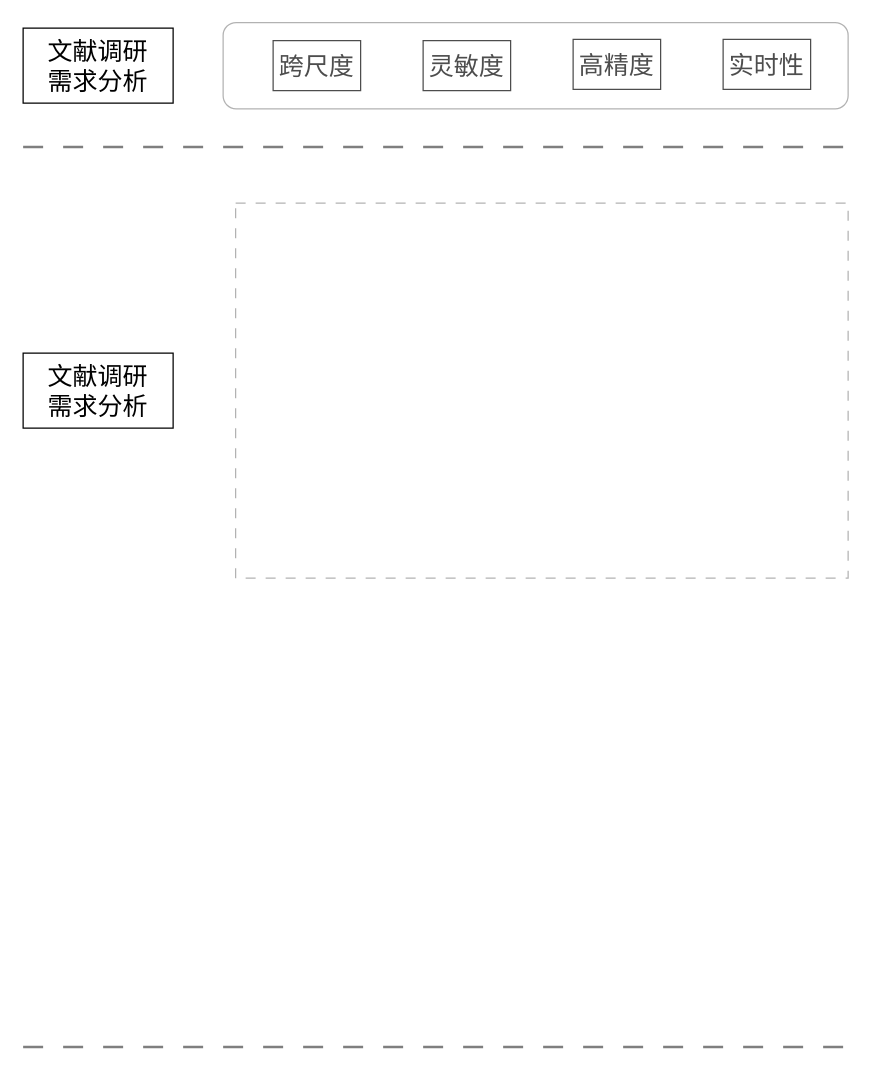
Lu-Ming-Song/C keeps this draw.io diagram as 技术路线.drawio. Above is the earlier version. Source tidied: cells renumbered, new cells numbered last; positions are measured from the earlier drawing's top-left corner, leaving out a move shared by most shapes. Both pictures are drawn from the tidied source at 125%, with x=0, y=0 at pixel (22, 22).
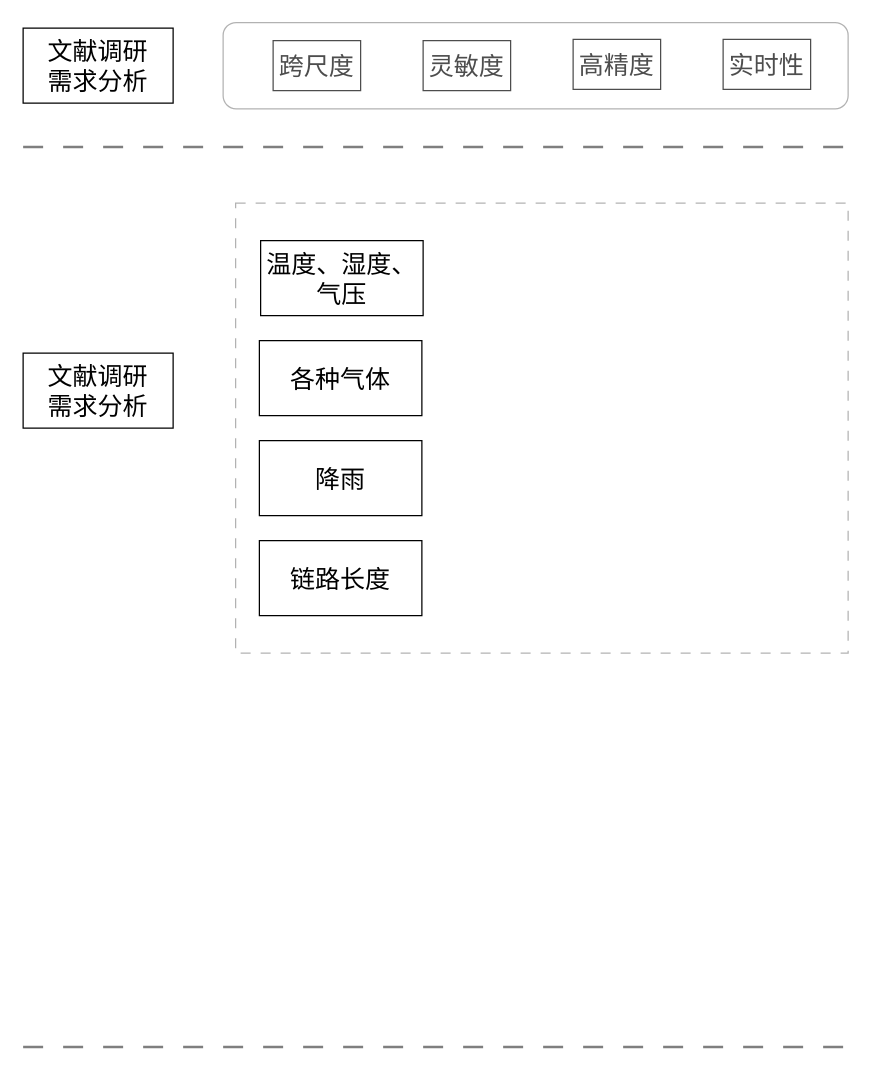
After the change.

Commit message (it also covers changes not shown here):
更新技术路线.drawio

Change to the diagram source:
```diff
@@
 <mxGraphModel>
   <root>
     <mxCell id="0" />
     <mxCell id="1" parent="0" />
     <mxCell id="2" value="&lt;font style=&quot;font-size: 20px;&quot;&gt;文献调研&lt;/font&gt;&lt;div style=&quot;font-size: 20px;&quot;&gt;需求分析&lt;/div&gt;" style="whiteSpace=wrap;html=1;" parent="1" vertex="1">
       <mxGeometry y="4" width="120" height="60" as="geometry" />
     </mxCell>
     <mxCell id="3" style="rounded=0;whiteSpace=wrap;html=1;dashed=1;dashPattern=8 8;opacity=30;" parent="1" vertex="1">
-      <mxGeometry x="170" y="144" width="490" height="300" as="geometry" />
+      <mxGeometry x="170" y="144" width="490" height="360" as="geometry" />
     </mxCell>
     <mxCell id="4" style="line;strokeWidth=2;html=1;perimeter=backbonePerimeter;opacity=50;dashed=1;dashPattern=8 8;" parent="1" vertex="1">
       <mxGeometry y="94" width="660" height="10" as="geometry" />
     </mxCell>
     <mxCell id="5" value="&lt;font style=&quot;font-size: 20px;&quot;&gt;&lt;font style=&quot;font-size: 20px;&quot;&gt;跨尺&lt;/font&gt;度&lt;/font&gt;" style="whiteSpace=wrap;html=1;" parent="1" vertex="1">
       <mxGeometry x="200" y="14" width="70" height="40" as="geometry" />
     </mxCell>
     <mxCell id="6" value="&lt;font style=&quot;font-size: 20px;&quot;&gt;灵敏度&lt;/font&gt;" style="whiteSpace=wrap;html=1;" parent="1" vertex="1">
       <mxGeometry x="320" y="14" width="70" height="40" as="geometry" />
     </mxCell>
     <mxCell id="7" value="&lt;font style=&quot;font-size: 20px;&quot;&gt;&lt;font style=&quot;font-size: 20px;&quot;&gt;高精度&lt;/font&gt;&lt;/font&gt;" style="whiteSpace=wrap;html=1;" parent="1" vertex="1">
       <mxGeometry x="440" y="13" width="70" height="40" as="geometry" />
     </mxCell>
     <mxCell id="8" value="&lt;span style=&quot;font-size: 20px;&quot;&gt;实时性&lt;/span&gt;" style="whiteSpace=wrap;html=1;" parent="1" vertex="1">
       <mxGeometry x="560" y="13" width="70" height="40" as="geometry" />
     </mxCell>
     <mxCell id="9" style="rounded=1;whiteSpace=wrap;html=1;opacity=30;" parent="1" vertex="1">
       <mxGeometry x="160" y="-0.5" width="500" height="69" as="geometry" />
     </mxCell>
     <mxCell id="10" style="line;strokeWidth=2;html=1;perimeter=backbonePerimeter;opacity=50;dashed=1;dashPattern=8 8;" parent="1" vertex="1">
       <mxGeometry y="814" width="660" height="10" as="geometry" />
     </mxCell>
     <mxCell id="11" value="&lt;font style=&quot;font-size: 20px;&quot;&gt;文献调研&lt;/font&gt;&lt;div style=&quot;font-size: 20px;&quot;&gt;需求分析&lt;/div&gt;" style="whiteSpace=wrap;html=1;" parent="1" vertex="1">
       <mxGeometry y="264" width="120" height="60" as="geometry" />
     </mxCell>
+    <mxCell id="12" value="&lt;font style=&quot;font-size: 20px;&quot;&gt;温度、湿度、气压&lt;/font&gt;" style="rounded=0;whiteSpace=wrap;html=1;" parent="1" vertex="1">
+      <mxGeometry x="190" y="174" width="130" height="60" as="geometry" />
+    </mxCell>
+    <mxCell id="13" value="&lt;span style=&quot;font-size: 20px;&quot;&gt;各种气体&lt;/span&gt;" style="rounded=0;whiteSpace=wrap;html=1;" parent="1" vertex="1">
+      <mxGeometry x="189" y="254" width="130" height="60" as="geometry" />
+    </mxCell>
+    <mxCell id="14" value="&lt;span style=&quot;font-size: 20px;&quot;&gt;降雨&lt;/span&gt;" style="rounded=0;whiteSpace=wrap;html=1;" parent="1" vertex="1">
+      <mxGeometry x="189" y="334" width="130" height="60" as="geometry" />
+    </mxCell>
+    <mxCell id="15" value="&lt;span style=&quot;font-size: 20px;&quot;&gt;链路长度&lt;/span&gt;" style="rounded=0;whiteSpace=wrap;html=1;" parent="1" vertex="1">
+      <mxGeometry x="189" y="414" width="130" height="60" as="geometry" />
+    </mxCell>
   </root>
 </mxGraphModel>
```
